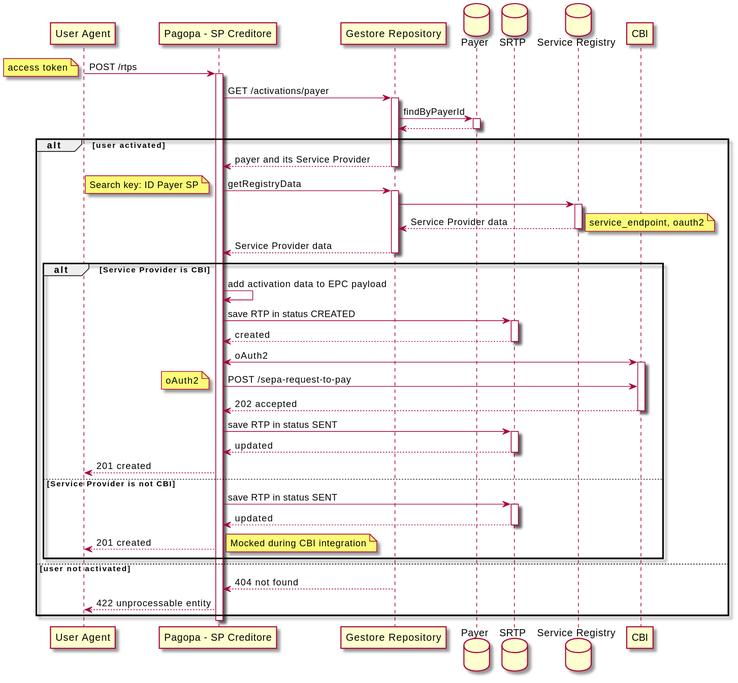
pagopa/rtp-docs keeps this PlantUML diagram as diagrams/send.svg. Above is the earlier version.
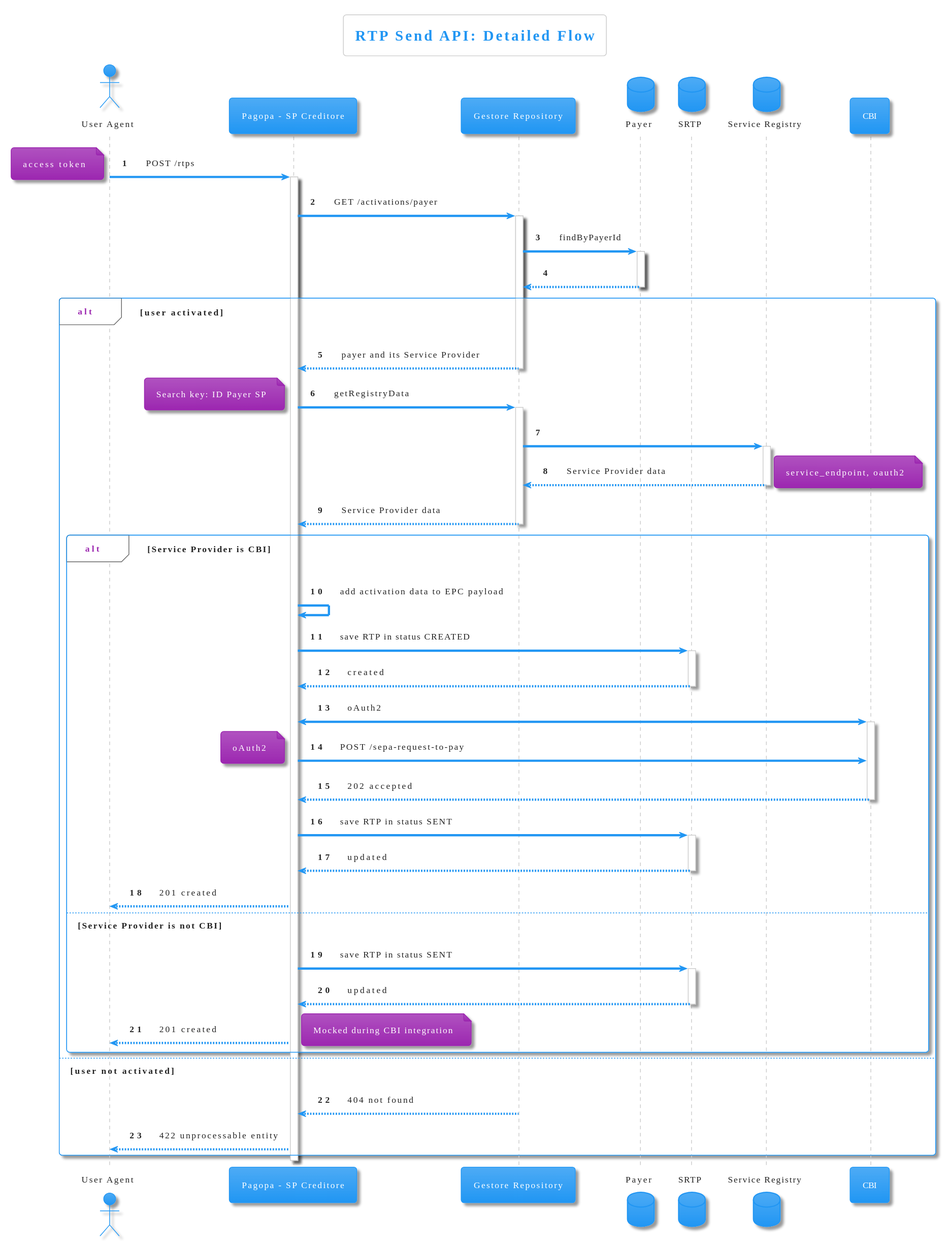
The same file after the commit.

The edit, as a diff of the source:
```diff
@@ -1,12 +1,18 @@
 @startuml
-skin rose
-participant "User Agent" as UA
+
+!theme materia
+
+title RTP Send API: Detailed Flow
+
+actor "User Agent" as UA
 participant "Pagopa - SP Creditore" as SPC
 participant "Gestore Repository" as GR
 database "Payer" as Payer
 database "SRTP" as SRTP
 database "Service Registry" as SR
 participant "CBI" as SPD
+
+autonumber
 
 UA -> SPC: POST /rtps
 note left: access token
@@ -18,65 +24,60 @@
 activate Payer
 Payer --> GR
 deactivate Payer
+
 alt user activated
-GR --> SPC: payer and its Service Provider
-deactivate GR
+    GR --> SPC: payer and its Service Provider
+    deactivate GR
 
-SPC -> GR: getRegistryData
-note left: Search key: ID Payer SP
-activate GR
-GR -> SR
-activate SR
-SR --> GR: Service Provider data
-note right: service_endpoint, oauth2
-deactivate SR
-GR --> SPC: Service Provider data
-deactivate GR
+    SPC -> GR: getRegistryData
+    note left: Search key: ID Payer SP
+    activate GR
+    GR -> SR
+    activate SR
+    SR --> GR: Service Provider data
+    note right: service_endpoint, oauth2
+    deactivate SR
+    GR --> SPC: Service Provider data
+    deactivate GR
 
+    alt Service Provider is CBI
+        SPC -> SPC: add activation data to EPC payload
 
-alt Service Provider is CBI
+        SPC -> SRTP: save RTP in status CREATED
+        activate SRTP
+        SRTP --> SPC: created
+        deactivate SRTP
 
-SPC -> SPC: add activation data to EPC payload
+        SPC <-> SPD: oAuth2
+        activate SPD
 
-SPC -> SRTP: save RTP in status CREATED
-activate SRTP
-SRTP --> SPC: created
-deactivate SRTP
+        SPC -> SPD: POST /sepa-request-to-pay
+        note left: oAuth2
+        SPD --> SPC: 202 accepted
+        deactivate SPD
 
-SPC <-> SPD: oAuth2
-activate SPD
+        SPC -> SRTP: save RTP in status SENT
+        activate SRTP
+        SRTP --> SPC: updated
+        deactivate SRTP
 
-SPC -> SPD: POST /sepa-request-to-pay
-note left: oAuth2
-SPD --> SPC: 202 accepted
-deactivate SPD
+        SPC --> UA: 201 created
 
-SPC -> SRTP: save RTP in status SENT
-activate SRTP
-SRTP --> SPC: updated
-deactivate SRTP
+    else Service Provider is not CBI
+        SPC -> SRTP: save RTP in status SENT
+        activate SRTP
+        SRTP --> SPC: updated
+        deactivate SRTP
 
-SPC --> UA: 201 created
-
-else Service Provider is not CBI
-
-SPC -> SRTP: save RTP in status SENT
-activate SRTP
-SRTP --> SPC: updated
-deactivate SRTP
-
-SPC --> UA: 201 created
-note right: Mocked during CBI integration
-
-end
+        SPC --> UA: 201 created
+        note right: Mocked during CBI integration
+    end
 
 else user not activated
-
-activate GR
-GR --> SPC: 404 not found
-deactivate GR
-SPC --> UA: 422 unprocessable entity
-
+    activate GR
+    GR --> SPC: 404 not found
+    deactivate GR
+    SPC --> UA: 422 unprocessable entity
 end
 
 deactivate SPC
```
